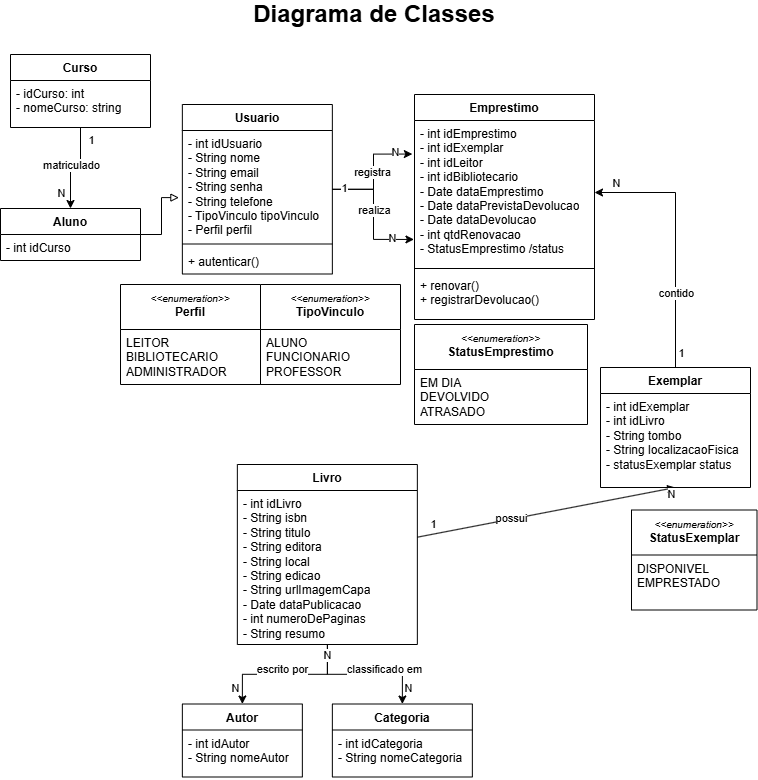
devraaf/libee keeps this draw.io diagram as docs/uml/diagrama-classes.png. Above is the earlier version. Source tidied: cells renumbered, new cells last; positions are measured from the earlier drawing's top-left corner, leaving out a move shared by most shapes.
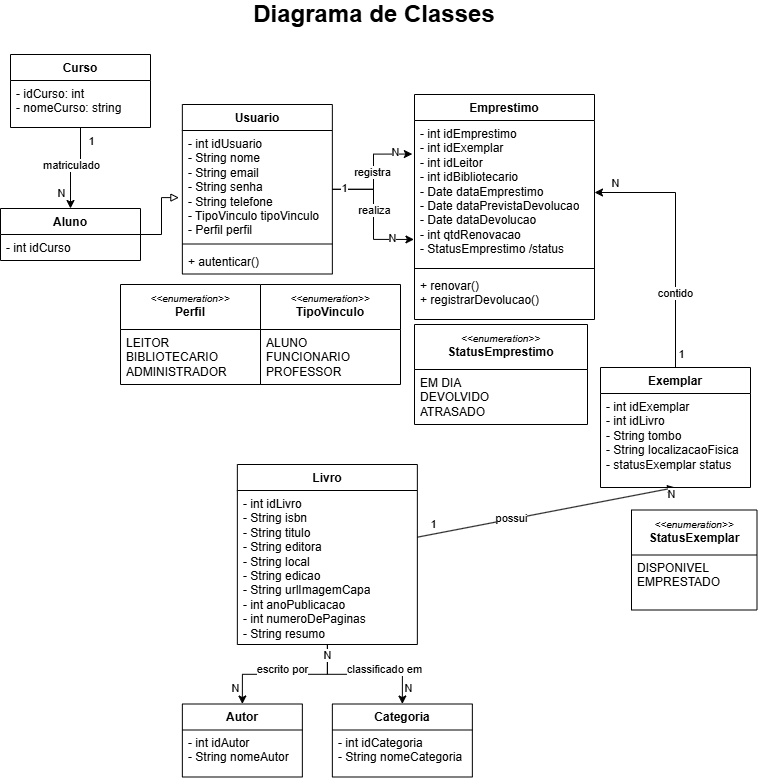
After the commit.

Diff of the diagram source:
```diff
@@ -150,7 +150,7 @@
     <mxCell id="41" value="Livro" style="swimlane;fontStyle=1;align=center;verticalAlign=top;horizontal=1;startSize=26;whiteSpace=wrap;html=1;" parent="1" vertex="1">
       <mxGeometry x="236.9" y="460" width="180" height="180" as="geometry" />
     </mxCell>
-    <mxCell id="42" value="- int idLivro&lt;div&gt;- String isbn&lt;br&gt;&lt;div&gt;- String titulo&lt;/div&gt;&lt;div&gt;- String editora&lt;/div&gt;&lt;div&gt;- String local&lt;/div&gt;&lt;div&gt;- String edicao&lt;/div&gt;&lt;div&gt;- String urlImagemCapa&lt;/div&gt;&lt;div&gt;- Date dataPublicacao&lt;/div&gt;&lt;div&gt;- int numeroDePaginas&lt;/div&gt;&lt;div&gt;- String resumo&lt;/div&gt;&lt;/div&gt;" style="text;strokeColor=none;fillColor=none;align=left;verticalAlign=top;spacingLeft=4;spacingRight=4;overflow=hidden;whiteSpace=wrap;html=1;" parent="41" vertex="1">
+    <mxCell id="42" value="- int idLivro&lt;div&gt;- String isbn&lt;br&gt;&lt;div&gt;- String titulo&lt;/div&gt;&lt;div&gt;- String editora&lt;/div&gt;&lt;div&gt;- String local&lt;/div&gt;&lt;div&gt;- String edicao&lt;/div&gt;&lt;div&gt;- String urlImagemCapa&lt;/div&gt;&lt;div&gt;- int anoPublicacao&lt;/div&gt;&lt;div&gt;- int numeroDePaginas&lt;/div&gt;&lt;div&gt;- String resumo&lt;/div&gt;&lt;/div&gt;" style="text;strokeColor=none;fillColor=none;align=left;verticalAlign=top;spacingLeft=4;spacingRight=4;overflow=hidden;whiteSpace=wrap;html=1;" parent="41" vertex="1">
       <mxGeometry y="26" width="180" height="154" as="geometry" />
     </mxCell>
     <mxCell id="43" value="Autor" style="swimlane;fontStyle=1;align=center;verticalAlign=top;horizontal=1;startSize=26;whiteSpace=wrap;html=1;" parent="1" vertex="1">
```
